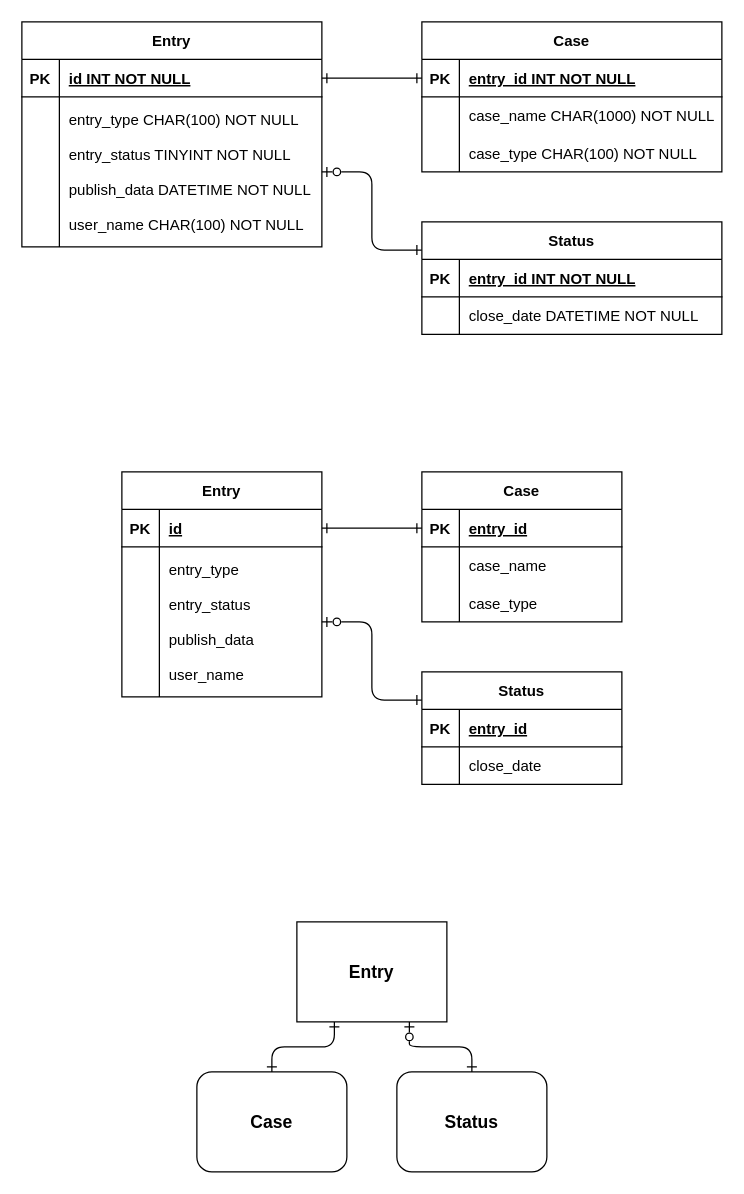
The draw.io diagram TestSQL/TestSQL.drawio in dyukoffv4/KustKust, before the edit. Source tidied: cells renumbered, new cells numbered last; positions are measured from the earlier drawing's top-left corner, leaving out a move shared by most shapes. Both pictures are drawn from the tidied source at 125%, with x=0, y=0 at pixel (21, 21).
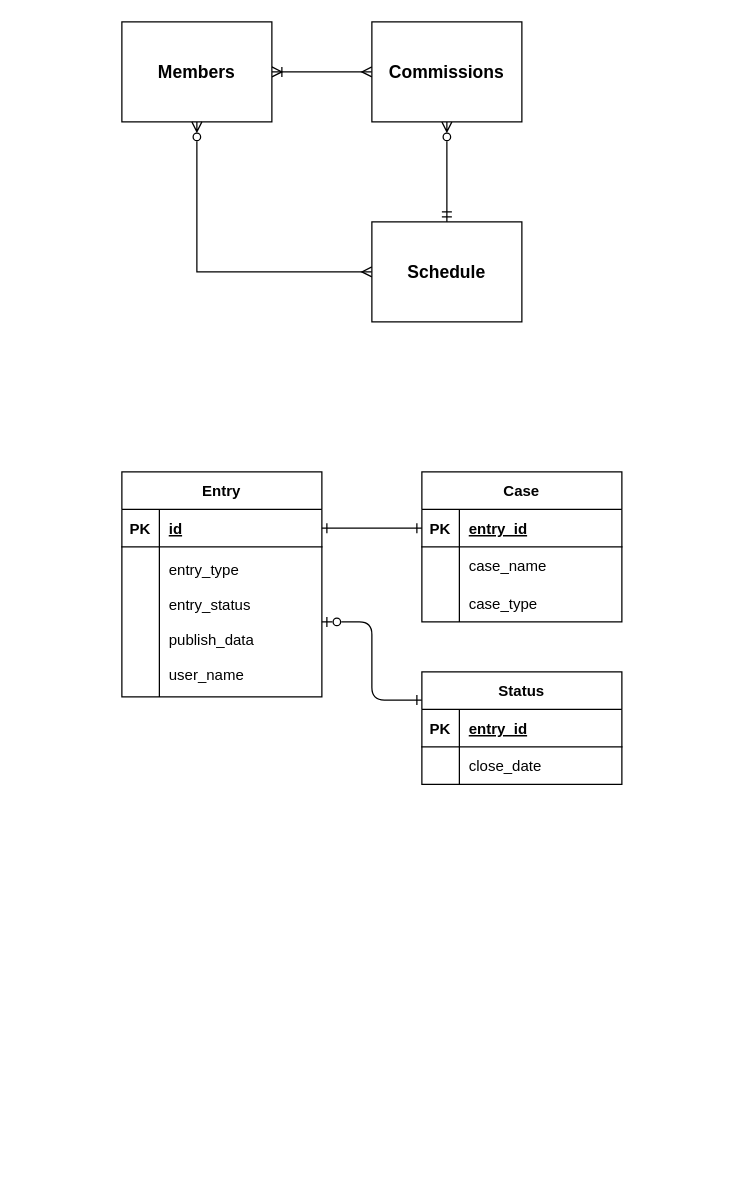
The same page after the edit.

What changed in the source:
```diff
@@
-    <mxCell id="2" style="edgeStyle=orthogonalEdgeStyle;endArrow=ERone;startArrow=ERzeroToOne;endFill=0;startFill=0;entryX=0;entryY=0.25;entryDx=0;entryDy=0;exitX=1;exitY=0.5;exitDx=0;exitDy=0;" parent="1" edge="1" source="24" target="3">
-      <mxGeometry relative="1" as="geometry" />
-    </mxCell>
-    <mxCell id="3" value="Status" style="shape=table;startSize=30;childLayout=tableLayout;rowLines=0;fontStyle=1;align=center;" parent="1" vertex="1">
-      <mxGeometry x="320" y="160" width="240" height="90" as="geometry" />
-    </mxCell>
-    <mxCell id="4" style="shape=partialRectangle;fillColor=none;top=0;left=0;right=0;bottom=1;" parent="3" vertex="1">
-      <mxGeometry y="30" width="240" height="30" as="geometry" />
-    </mxCell>
-    <mxCell id="5" value="PK" style="shape=partialRectangle;overflow=hidden;fillColor=none;top=0;left=0;bottom=0;right=0;fontStyle=1;" parent="4" vertex="1">
-      <mxGeometry width="30" height="30" as="geometry" />
-    </mxCell>
-    <mxCell id="6" value="entry_id INT NOT NULL " style="shape=partialRectangle;overflow=hidden;fillColor=none;top=0;left=0;bottom=0;right=0;align=left;spacingLeft=6;fontStyle=5;" parent="4" vertex="1">
-      <mxGeometry x="30" width="210" height="30" as="geometry" />
-    </mxCell>
-    <mxCell id="7" style="shape=partialRectangle;fillColor=none;top=0;left=0;right=0;bottom=0;" parent="3" vertex="1">
-      <mxGeometry y="60" width="240" height="30" as="geometry" />
-    </mxCell>
-    <mxCell id="8" style="shape=partialRectangle;overflow=hidden;fillColor=none;top=0;left=0;bottom=0;right=0;" parent="7" vertex="1">
-      <mxGeometry width="30" height="30" as="geometry" />
-    </mxCell>
-    <mxCell id="9" value="close_date DATETIME NOT NULL" style="shape=partialRectangle;overflow=hidden;fillColor=none;top=0;left=0;bottom=0;right=0;align=left;spacingLeft=6;" parent="7" vertex="1">
-      <mxGeometry x="30" width="210" height="30" as="geometry" />
-    </mxCell>
-    <mxCell id="10" value="Case" style="shape=table;startSize=30;childLayout=tableLayout;rowLines=0;fontStyle=1;align=center;" parent="1" vertex="1">
-      <mxGeometry x="320" width="240" height="120" as="geometry" />
-    </mxCell>
-    <mxCell id="11" style="shape=partialRectangle;fillColor=none;points=[[0,0.5],[1,0.5]];portConstraint=eastwest;top=0;left=0;right=0;bottom=1;" parent="10" vertex="1">
-      <mxGeometry y="30" width="240" height="30" as="geometry" />
-    </mxCell>
-    <mxCell id="12" value="PK" style="shape=partialRectangle;overflow=hidden;fillColor=none;top=0;left=0;bottom=0;right=0;fontStyle=1;" parent="11" vertex="1">
-      <mxGeometry width="30" height="30" as="geometry" />
-    </mxCell>
-    <mxCell id="13" value="entry_id INT NOT NULL " style="shape=partialRectangle;overflow=hidden;fillColor=none;top=0;left=0;bottom=0;right=0;align=left;spacingLeft=6;fontStyle=5;" parent="11" vertex="1">
-      <mxGeometry x="30" width="210" height="30" as="geometry" />
-    </mxCell>
-    <mxCell id="14" style="shape=partialRectangle;fillColor=none;top=0;left=0;right=0;bottom=0;" parent="10" vertex="1">
-      <mxGeometry y="60" width="240" height="30" as="geometry" />
-    </mxCell>
-    <mxCell id="15" style="shape=partialRectangle;overflow=hidden;fillColor=none;top=0;left=0;bottom=0;right=0;" parent="14" vertex="1">
-      <mxGeometry width="30" height="30" as="geometry" />
-    </mxCell>
-    <mxCell id="16" value="case_name CHAR(1000) NOT NULL" style="shape=partialRectangle;overflow=hidden;fillColor=none;top=0;left=0;bottom=0;right=0;align=left;spacingLeft=6;" parent="14" vertex="1">
-      <mxGeometry x="30" width="210" height="30" as="geometry" />
-    </mxCell>
-    <mxCell id="17" style="shape=partialRectangle;fillColor=none;top=0;left=0;right=0;bottom=0;" parent="10" vertex="1">
-      <mxGeometry y="90" width="240" height="30" as="geometry" />
-    </mxCell>
-    <mxCell id="18" style="shape=partialRectangle;overflow=hidden;fillColor=none;top=0;left=0;bottom=0;right=0;" parent="17" vertex="1">
-      <mxGeometry width="30" height="30" as="geometry" />
-    </mxCell>
-    <mxCell id="19" value="case_type CHAR(100) NOT NULL" style="shape=partialRectangle;overflow=hidden;fillColor=none;top=0;left=0;bottom=0;right=0;align=left;spacingLeft=6;" parent="17" vertex="1">
-      <mxGeometry x="30" width="210" height="30" as="geometry" />
-    </mxCell>
-    <mxCell id="20" value="Entry" style="shape=table;startSize=30;childLayout=tableLayout;rowLines=0;fontStyle=1;align=center;" parent="1" vertex="1">
-      <mxGeometry width="240" height="180" as="geometry" />
-    </mxCell>
-    <mxCell id="21" style="shape=partialRectangle;fillColor=none;points=[[0,0.5],[1,0.5]];portConstraint=eastwest;top=0;left=0;right=0;bottom=1;" parent="20" vertex="1">
-      <mxGeometry y="30" width="240" height="30" as="geometry" />
-    </mxCell>
-    <mxCell id="22" value="PK" style="shape=partialRectangle;overflow=hidden;fillColor=none;top=0;left=0;bottom=0;right=0;fontStyle=1;" parent="21" vertex="1">
-      <mxGeometry width="30" height="30" as="geometry" />
-    </mxCell>
-    <mxCell id="23" value="id INT NOT NULL " style="shape=partialRectangle;overflow=hidden;fillColor=none;top=0;left=0;bottom=0;right=0;align=left;spacingLeft=6;fontStyle=5;" parent="21" vertex="1">
-      <mxGeometry x="30" width="210" height="30" as="geometry" />
-    </mxCell>
-    <mxCell id="24" style="shape=partialRectangle;fillColor=none;points=[[0,0.5],[1,0.5]];portConstraint=eastwest;top=0;left=0;right=0;bottom=0;" parent="20" vertex="1">
-      <mxGeometry y="60" width="240" height="120" as="geometry" />
-    </mxCell>
-    <mxCell id="25" style="shape=partialRectangle;overflow=hidden;fillColor=none;top=0;left=0;bottom=0;right=0;" parent="24" vertex="1">
-      <mxGeometry width="30" height="120" as="geometry" />
-    </mxCell>
-    <mxCell id="26" value="entry_type CHAR(100) NOT NULL&#10;&#10;entry_status TINYINT NOT NULL&#10;&#10;publish_data DATETIME NOT NULL&#10;&#10;user_name CHAR(100) NOT NULL" style="shape=partialRectangle;overflow=hidden;fillColor=none;top=0;left=0;bottom=0;right=0;align=left;spacingLeft=6;" parent="24" vertex="1">
-      <mxGeometry x="30" width="210" height="120" as="geometry" />
-    </mxCell>
-    <mxCell id="27" style="edgeStyle=orthogonalEdgeStyle;rounded=0;jettySize=auto;html=1;entryX=0;entryY=0.5;entryDx=0;entryDy=0;startArrow=ERone;startFill=0;endArrow=ERone;endFill=0;" parent="1" edge="1" source="21" target="11">
-      <mxGeometry relative="1" as="geometry" />
-    </mxCell>
-    <mxCell id="28" style="edgeStyle=orthogonalEdgeStyle;rounded=1;jettySize=auto;html=1;entryX=0.5;entryY=0;entryDx=0;entryDy=0;exitX=0.25;exitY=1;exitDx=0;exitDy=0;startArrow=ERone;startFill=0;endArrow=ERone;endFill=0;" parent="1" edge="1" source="30" target="32">
-      <mxGeometry relative="1" as="geometry" />
-    </mxCell>
-    <mxCell id="29" style="edgeStyle=orthogonalEdgeStyle;rounded=1;jettySize=auto;html=1;exitX=0.75;exitY=1;exitDx=0;exitDy=0;entryX=0.5;entryY=0;entryDx=0;entryDy=0;startArrow=ERzeroToOne;startFill=0;endArrow=ERone;endFill=0;" parent="1" edge="1" source="30" target="31">
-      <mxGeometry relative="1" as="geometry" />
-    </mxCell>
+    <mxCell id="59" style="edgeStyle=orthogonalEdgeStyle;rounded=0;jettySize=auto;html=1;entryX=0;entryY=0.5;entryDx=0;entryDy=0;startArrow=ERoneToMany;startFill=0;endArrow=ERmany;endFill=0;" parent="1" edge="1" source="30" target="61">
+      <mxGeometry relative="1" as="geometry" />
+    </mxCell>
-    <mxCell id="30" value="Entry" style="rounded=0;whiteSpace=wrap;html=1;spacing=2;fontSize=14;fontStyle=1;" parent="1" vertex="1">
-      <mxGeometry x="220" y="720" width="120" height="80" as="geometry" />
+    <mxCell id="30" value="Members" style="rounded=0;whiteSpace=wrap;html=1;spacing=2;fontSize=14;fontStyle=1;" parent="1" vertex="1">
+      <mxGeometry x="80" width="120" height="80" as="geometry" />
     </mxCell>
-    <mxCell id="31" value="Status" style="rounded=1;whiteSpace=wrap;html=1;spacing=2;fontSize=14;fontStyle=1;" parent="1" vertex="1">
-      <mxGeometry x="300" y="840" width="120" height="80" as="geometry" />
-    </mxCell>
-    <mxCell id="32" value="Case" style="rounded=1;whiteSpace=wrap;html=1;spacing=2;fontSize=14;fontStyle=1;" parent="1" vertex="1">
-      <mxGeometry x="140" y="840" width="120" height="80" as="geometry" />
-    </mxCell>
@@
+    <mxCell id="60" style="edgeStyle=orthogonalEdgeStyle;rounded=0;jettySize=auto;html=1;entryX=0.5;entryY=0;entryDx=0;entryDy=0;endArrow=ERmandOne;endFill=0;startArrow=ERzeroToMany;startFill=0;" parent="1" edge="1" source="61" target="63">
+      <mxGeometry relative="1" as="geometry" />
+    </mxCell>
+    <mxCell id="61" value="Commissions" style="rounded=0;whiteSpace=wrap;html=1;spacing=2;fontSize=14;fontStyle=1;" parent="1" vertex="1">
+      <mxGeometry x="280" width="120" height="80" as="geometry" />
+    </mxCell>
+    <mxCell id="62" style="edgeStyle=orthogonalEdgeStyle;rounded=0;jettySize=auto;html=1;entryX=0.5;entryY=1;entryDx=0;entryDy=0;endArrow=ERzeroToMany;endFill=0;startArrow=ERmany;startFill=0;" parent="1" edge="1" source="63" target="30">
+      <mxGeometry relative="1" as="geometry" />
+    </mxCell>
+    <mxCell id="63" value="Schedule" style="rounded=0;whiteSpace=wrap;html=1;spacing=2;fontSize=14;fontStyle=1;" parent="1" vertex="1">
+      <mxGeometry x="280" y="160" width="120" height="80" as="geometry" />
+    </mxCell>
```
